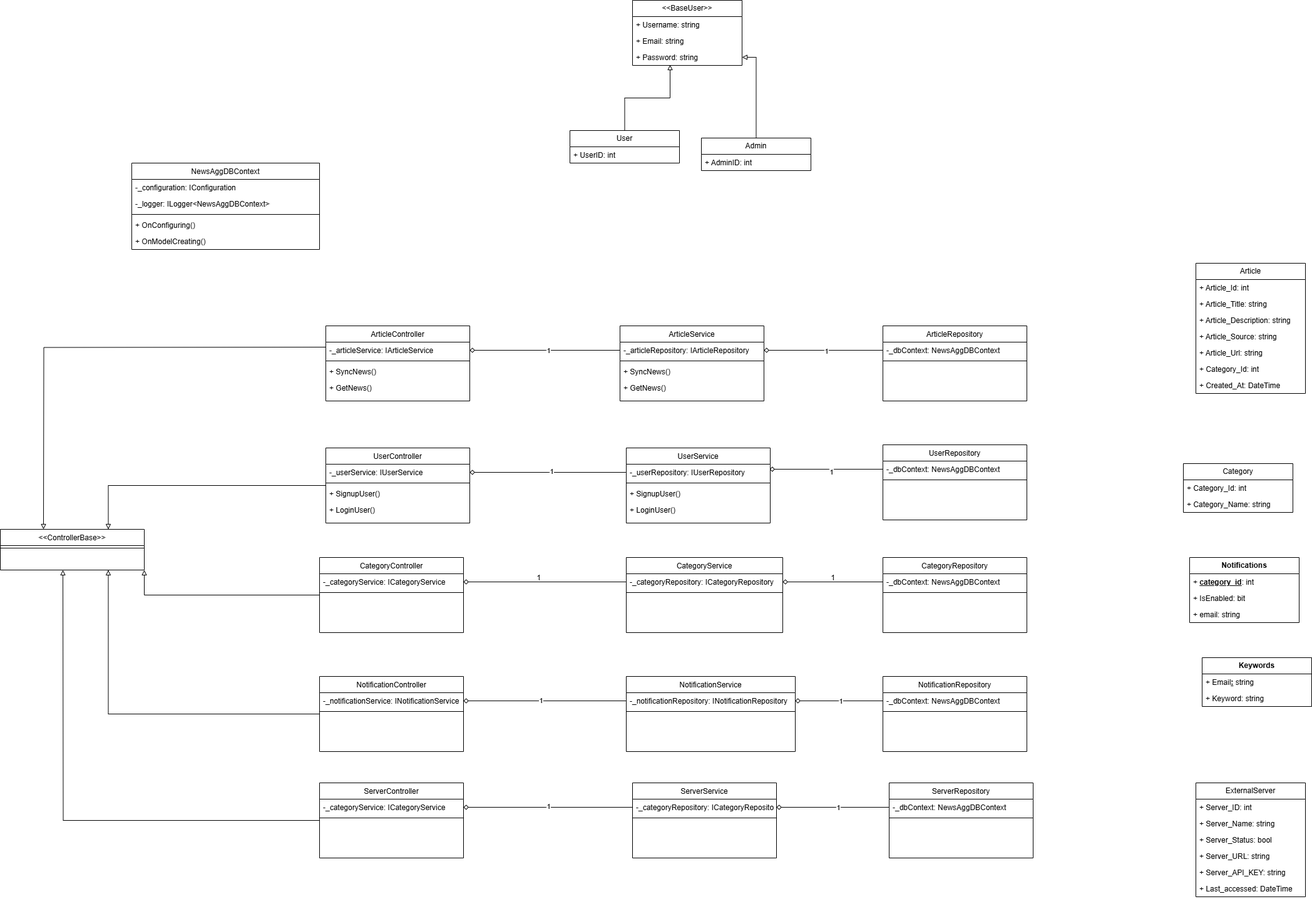
04harsh-vardhan/Harshvardhan_L-C_Batch-4 keeps this draw.io diagram as NewsAggregation/NewsAggClassDiagram.png. Above is the earlier version. Source tidied: cells renumbered, new cells last; positions are measured from the earlier drawing's top-left corner, leaving out a move shared by most shapes.
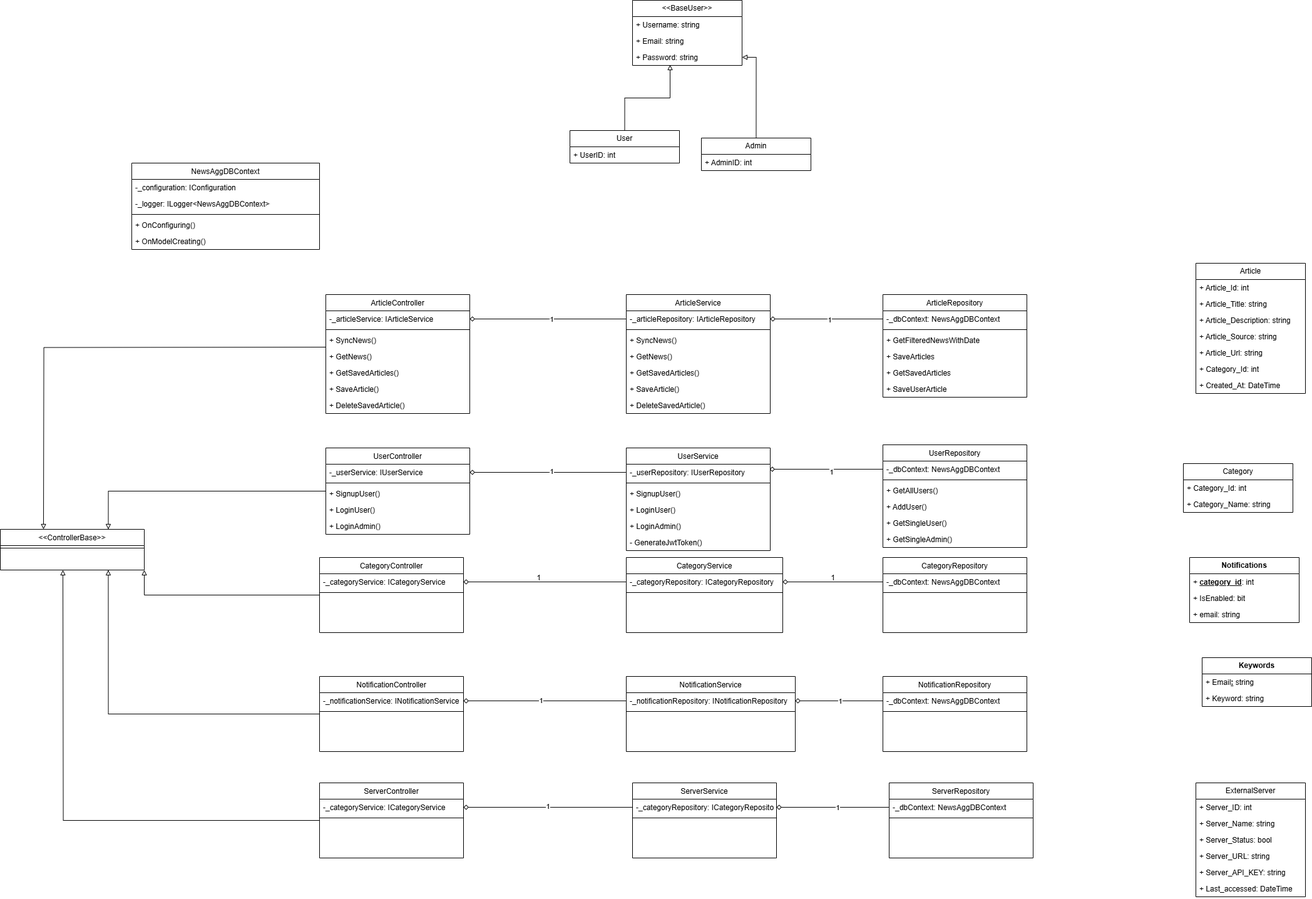
After the commit.

Diff of the diagram source:
```diff
@@ -3,7 +3,7 @@
     <mxCell id="0" />
     <mxCell id="1" parent="0" />
     <mxCell id="2" value="ArticleController" style="swimlane;fontStyle=0;align=center;verticalAlign=top;horizontal=1;startSize=26;rounded=0;shadow=0;strokeWidth=1;" parent="1" vertex="1">
-      <mxGeometry x="520" y="520" width="230" height="120" as="geometry" />
+      <mxGeometry x="520" y="470" width="230" height="190" as="geometry" />
     </mxCell>
     <mxCell id="3" value="-_articleService: IArticleService" style="text;align=left;verticalAlign=top;spacingLeft=4;spacingRight=4;overflow=hidden;points=[[0,0.5],[1,0.5]];portConstraint=eastwest;" parent="2" vertex="1">
       <mxGeometry y="26" width="230" height="26" as="geometry" />
@@ -17,11 +17,20 @@
     <mxCell id="6" value="+ GetNews()" style="text;align=left;verticalAlign=top;spacingLeft=4;spacingRight=4;overflow=hidden;" parent="2" vertex="1">
       <mxGeometry y="86" width="230" height="26" as="geometry" />
     </mxCell>
+    <mxCell id="123" value="+ GetSavedArticles()" style="text;align=left;verticalAlign=top;spacingLeft=4;spacingRight=4;overflow=hidden;" parent="2" vertex="1">
+      <mxGeometry y="112" width="230" height="26" as="geometry" />
+    </mxCell>
+    <mxCell id="124" value="+ SaveArticle()" style="text;align=left;verticalAlign=top;spacingLeft=4;spacingRight=4;overflow=hidden;" parent="2" vertex="1">
+      <mxGeometry y="138" width="230" height="26" as="geometry" />
+    </mxCell>
+    <mxCell id="125" value="+ DeleteSavedArticle()" style="text;align=left;verticalAlign=top;spacingLeft=4;spacingRight=4;overflow=hidden;" parent="2" vertex="1">
+      <mxGeometry y="164" width="230" height="26" as="geometry" />
+    </mxCell>
     <mxCell id="7" style="edgeStyle=orthogonalEdgeStyle;rounded=0;jettySize=auto;html=1;entryX=0.75;entryY=0;entryDx=0;entryDy=0;endArrow=block;endFill=0;" parent="1" edge="1" source="8" target="59">
       <mxGeometry relative="1" as="geometry" />
     </mxCell>
     <mxCell id="8" value="UserController" style="swimlane;fontStyle=0;align=center;verticalAlign=top;horizontal=1;startSize=26;rounded=0;shadow=0;strokeWidth=1;" parent="1" vertex="1">
-      <mxGeometry x="520" y="715" width="230" height="120" as="geometry" />
+      <mxGeometry x="520" y="715" width="230" height="138" as="geometry" />
     </mxCell>
     <mxCell id="9" value="-_userService: IUserService" style="text;align=left;verticalAlign=top;spacingLeft=4;spacingRight=4;overflow=hidden;points=[[0,0.5],[1,0.5]];portConstraint=eastwest;" parent="8" vertex="1">
       <mxGeometry y="26" width="230" height="26" as="geometry" />
@@ -35,6 +44,9 @@
     <mxCell id="12" value="+ LoginUser()" style="text;align=left;verticalAlign=top;spacingLeft=4;spacingRight=4;overflow=hidden;" parent="8" vertex="1">
       <mxGeometry y="86" width="230" height="26" as="geometry" />
     </mxCell>
+    <mxCell id="126" value="+ LoginAdmin()" style="text;align=left;verticalAlign=top;spacingLeft=4;spacingRight=4;overflow=hidden;" parent="8" vertex="1">
+      <mxGeometry y="112" width="230" height="26" as="geometry" />
+    </mxCell>
     <mxCell id="13" style="edgeStyle=orthogonalEdgeStyle;rounded=0;jettySize=auto;html=1;entryX=1;entryY=1;entryDx=0;entryDy=0;endArrow=block;endFill=0;" parent="1" edge="1" source="14" target="59">
       <mxGeometry relative="1" as="geometry" />
     </mxCell>
@@ -74,7 +86,7 @@
       <mxGeometry y="52" width="230" height="8" as="geometry" />
     </mxCell>
     <mxCell id="25" value="ArticleService" style="swimlane;fontStyle=0;align=center;verticalAlign=top;horizontal=1;startSize=26;rounded=0;shadow=0;strokeWidth=1;" parent="1" vertex="1">
-      <mxGeometry x="990" y="520" width="230" height="120" as="geometry" />
+      <mxGeometry x="1000" y="470" width="230" height="190" as="geometry" />
     </mxCell>
     <mxCell id="26" value="-_articleRepository: IArticleRepository" style="text;align=left;verticalAlign=top;spacingLeft=4;spacingRight=4;overflow=hidden;points=[[0,0.5],[1,0.5]];portConstraint=eastwest;" parent="25" vertex="1">
       <mxGeometry y="26" width="230" height="26" as="geometry" />
@@ -88,8 +100,17 @@
     <mxCell id="29" value="+ GetNews()" style="text;align=left;verticalAlign=top;spacingLeft=4;spacingRight=4;overflow=hidden;" parent="25" vertex="1">
       <mxGeometry y="86" width="230" height="26" as="geometry" />
     </mxCell>
+    <mxCell id="127" value="+ GetSavedArticles()" style="text;align=left;verticalAlign=top;spacingLeft=4;spacingRight=4;overflow=hidden;" parent="25" vertex="1">
+      <mxGeometry y="112" width="230" height="26" as="geometry" />
+    </mxCell>
+    <mxCell id="128" value="+ SaveArticle()" style="text;align=left;verticalAlign=top;spacingLeft=4;spacingRight=4;overflow=hidden;" parent="25" vertex="1">
+      <mxGeometry y="138" width="230" height="26" as="geometry" />
+    </mxCell>
+    <mxCell id="129" value="+ DeleteSavedArticle()" style="text;align=left;verticalAlign=top;spacingLeft=4;spacingRight=4;overflow=hidden;" parent="25" vertex="1">
+      <mxGeometry y="164" width="230" height="26" as="geometry" />
+    </mxCell>
     <mxCell id="30" value="ArticleRepository" style="swimlane;fontStyle=0;align=center;verticalAlign=top;horizontal=1;startSize=26;rounded=0;shadow=0;strokeWidth=1;" parent="1" vertex="1">
-      <mxGeometry x="1410" y="520" width="230" height="120" as="geometry" />
+      <mxGeometry x="1410" y="470" width="230" height="164" as="geometry" />
     </mxCell>
     <mxCell id="31" value="-_dbContext: NewsAggDBContext" style="text;align=left;verticalAlign=top;spacingLeft=4;spacingRight=4;overflow=hidden;points=[[0,0.5],[1,0.5]];portConstraint=eastwest;" parent="30" vertex="1">
       <mxGeometry y="26" width="230" height="26" as="geometry" />
@@ -97,8 +118,20 @@
     <mxCell id="32" style="line;html=1;strokeWidth=1;align=left;verticalAlign=middle;spacingTop=-1;spacingLeft=3;spacingRight=3;labelPosition=right;" parent="30" vertex="1">
       <mxGeometry y="52" width="230" height="8" as="geometry" />
     </mxCell>
+    <mxCell id="130" value="+ GetFilteredNewsWithDate" style="text;align=left;verticalAlign=top;spacingLeft=4;spacingRight=4;overflow=hidden;" parent="30" vertex="1">
+      <mxGeometry y="60" width="230" height="26" as="geometry" />
+    </mxCell>
+    <mxCell id="131" value="+ SaveArticles" style="text;align=left;verticalAlign=top;spacingLeft=4;spacingRight=4;overflow=hidden;" parent="30" vertex="1">
+      <mxGeometry y="86" width="230" height="26" as="geometry" />
+    </mxCell>
+    <mxCell id="132" value="+ GetSavedArticles" style="text;align=left;verticalAlign=top;spacingLeft=4;spacingRight=4;overflow=hidden;" parent="30" vertex="1">
+      <mxGeometry y="112" width="230" height="26" as="geometry" />
+    </mxCell>
+    <mxCell id="133" value="+ SaveUserArticle" style="text;align=left;verticalAlign=top;spacingLeft=4;spacingRight=4;overflow=hidden;" parent="30" vertex="1">
+      <mxGeometry y="138" width="230" height="26" as="geometry" />
+    </mxCell>
     <mxCell id="33" value="UserService" style="swimlane;fontStyle=0;align=center;verticalAlign=top;horizontal=1;startSize=26;rounded=0;shadow=0;strokeWidth=1;" parent="1" vertex="1">
-      <mxGeometry x="1000" y="715" width="230" height="120" as="geometry" />
+      <mxGeometry x="1000" y="715" width="230" height="164" as="geometry" />
     </mxCell>
     <mxCell id="34" value="-_userRepository: IUserRepository" style="text;align=left;verticalAlign=top;spacingLeft=4;spacingRight=4;overflow=hidden;points=[[0,0.5],[1,0.5]];portConstraint=eastwest;" parent="33" vertex="1">
       <mxGeometry y="26" width="230" height="26" as="geometry" />
@@ -112,8 +145,14 @@
     <mxCell id="37" value="+ LoginUser()" style="text;align=left;verticalAlign=top;spacingLeft=4;spacingRight=4;overflow=hidden;" parent="33" vertex="1">
       <mxGeometry y="86" width="230" height="26" as="geometry" />
     </mxCell>
+    <mxCell id="134" value="+ LoginAdmin()" style="text;align=left;verticalAlign=top;spacingLeft=4;spacingRight=4;overflow=hidden;" parent="33" vertex="1">
+      <mxGeometry y="112" width="230" height="26" as="geometry" />
+    </mxCell>
+    <mxCell id="135" value="- GenerateJwtToken()" style="text;align=left;verticalAlign=top;spacingLeft=4;spacingRight=4;overflow=hidden;" parent="33" vertex="1">
+      <mxGeometry y="138" width="230" height="26" as="geometry" />
+    </mxCell>
     <mxCell id="38" value="UserRepository" style="swimlane;fontStyle=0;align=center;verticalAlign=top;horizontal=1;startSize=26;rounded=0;shadow=0;strokeWidth=1;" parent="1" vertex="1">
-      <mxGeometry x="1410" y="710" width="230" height="120" as="geometry" />
+      <mxGeometry x="1410" y="710" width="230" height="164" as="geometry" />
     </mxCell>
     <mxCell id="39" value="-_dbContext: NewsAggDBContext" style="text;align=left;verticalAlign=top;spacingLeft=4;spacingRight=4;overflow=hidden;points=[[0,0.5],[1,0.5]];portConstraint=eastwest;" parent="38" vertex="1">
       <mxGeometry y="26" width="230" height="26" as="geometry" />
@@ -121,6 +160,18 @@
     <mxCell id="40" style="line;html=1;strokeWidth=1;align=left;verticalAlign=middle;spacingTop=-1;spacingLeft=3;spacingRight=3;labelPosition=right;" parent="38" vertex="1">
       <mxGeometry y="52" width="230" height="8" as="geometry" />
     </mxCell>
+    <mxCell id="136" value="+ GetAllUsers()" style="text;align=left;verticalAlign=top;spacingLeft=4;spacingRight=4;overflow=hidden;" parent="38" vertex="1">
+      <mxGeometry y="60" width="230" height="26" as="geometry" />
+    </mxCell>
+    <mxCell id="137" value="+ AddUser()" style="text;align=left;verticalAlign=top;spacingLeft=4;spacingRight=4;overflow=hidden;" parent="38" vertex="1">
+      <mxGeometry y="86" width="230" height="26" as="geometry" />
+    </mxCell>
+    <mxCell id="138" value="+ GetSingleUser()" style="text;align=left;verticalAlign=top;spacingLeft=4;spacingRight=4;overflow=hidden;" parent="38" vertex="1">
+      <mxGeometry y="112" width="230" height="26" as="geometry" />
+    </mxCell>
+    <mxCell id="139" value="+ GetSingleAdmin()" style="text;align=left;verticalAlign=top;spacingLeft=4;spacingRight=4;overflow=hidden;" parent="38" vertex="1">
+      <mxGeometry y="138" width="230" height="26" as="geometry" />
+    </mxCell>
     <mxCell id="41" value="CategoryService" style="swimlane;fontStyle=0;align=center;verticalAlign=top;horizontal=1;startSize=26;rounded=0;shadow=0;strokeWidth=1;" parent="1" vertex="1">
       <mxGeometry x="1000" y="890" width="250" height="120" as="geometry" />
     </mxCell>
```
